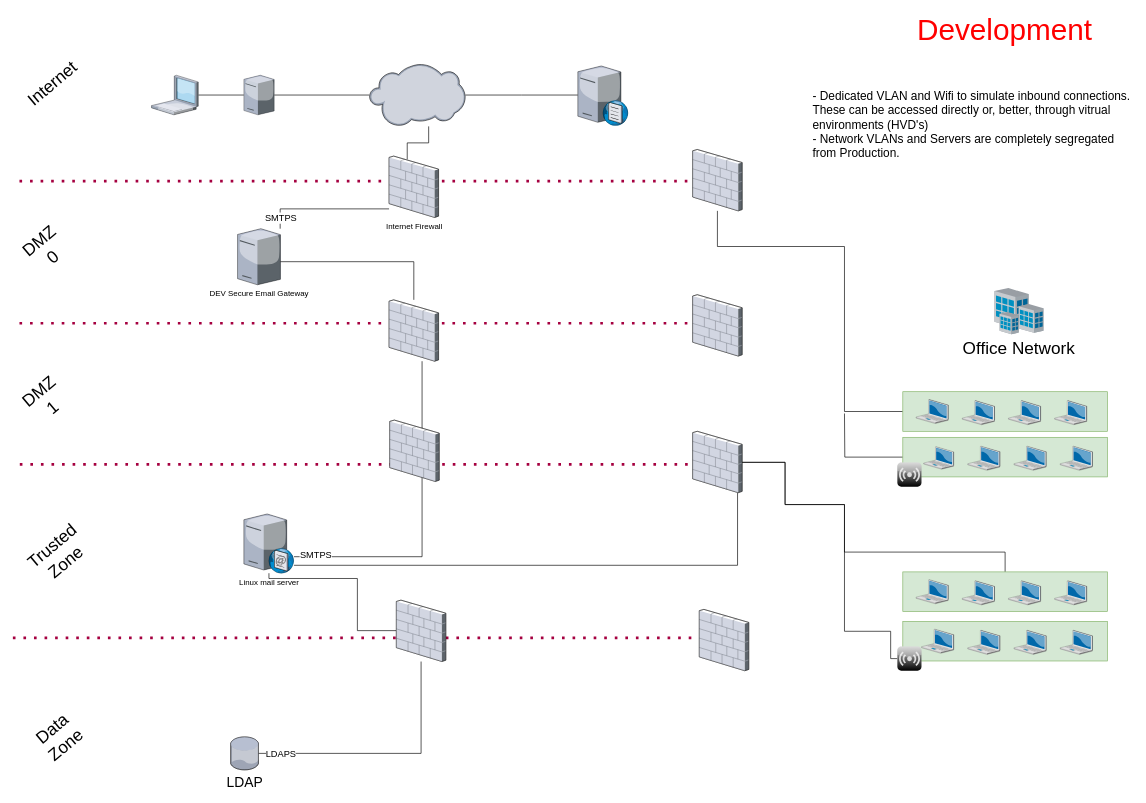
The draw.io diagram page "high level (DEV)" (3 of 4) of Untitled Diagram.drawio in dachachacha/dotfiles, before the edit. Source tidied: cells renumbered, new cells numbered last; positions are measured from the earlier drawing's top-left corner, leaving out a move shared by most shapes. Both pictures are drawn from the tidied source at 66%, with x=0, y=0 at pixel (13, 17).
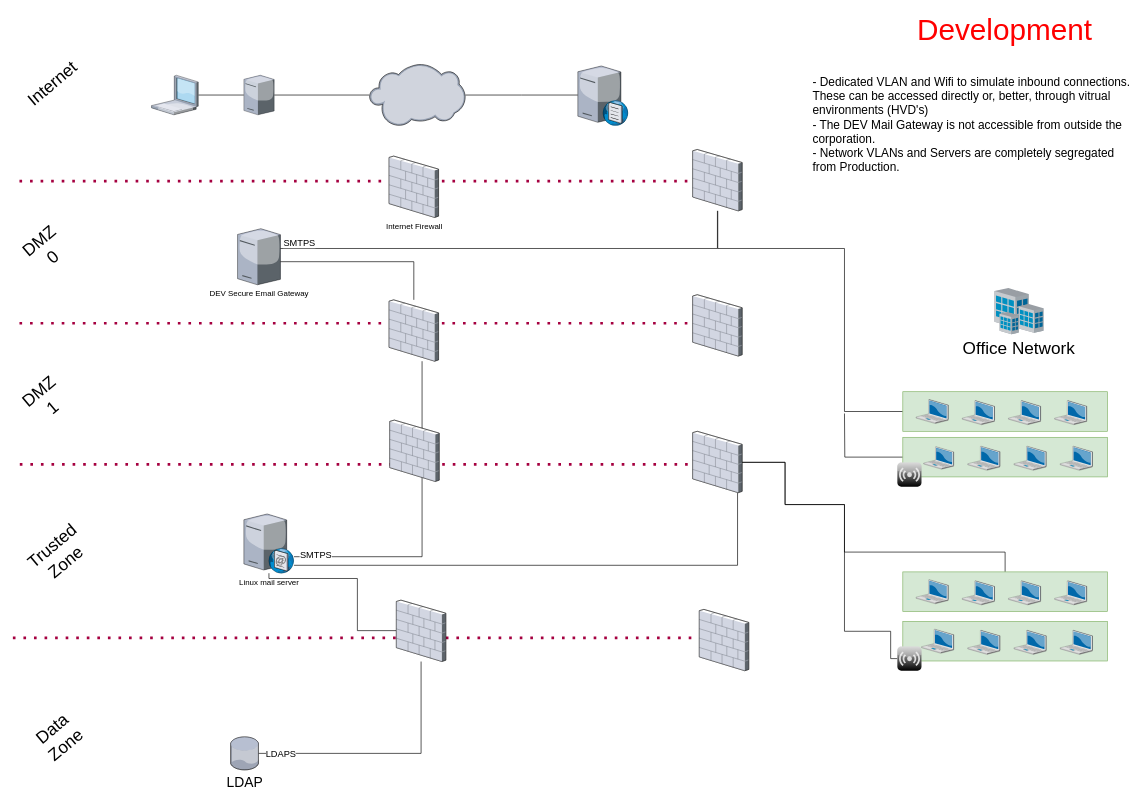
The same page after the edit.

The change refers to these unchanged cells:
```xml
<mxCell id="8" style="verticalLabelPosition=bottom;sketch=0;html=1;verticalAlign=top;strokeColor=none;align=center;outlineConnect=0;shape=mxgraph.citrix.cloud;" parent="1" vertex="1">
  <mxGeometry x="540" y="70" width="145.6" height="95" as="geometry" />
</mxCell>
<mxCell id="12" value="DEV Secure Email Gateway" style="verticalLabelPosition=bottom;sketch=0;html=1;verticalAlign=top;strokeColor=none;align=center;outlineConnect=0;shape=mxgraph.citrix.license_server;" parent="1" vertex="1">
  <mxGeometry x="340.4" y="320" width="65" height="85" as="geometry" />
</mxCell>
<mxCell id="36" value="Internet Firewall" style="verticalLabelPosition=bottom;sketch=0;html=1;verticalAlign=top;strokeColor=none;align=center;outlineConnect=0;shape=mxgraph.citrix.firewall;" parent="1" vertex="1">
  <mxGeometry x="570" y="210" width="75" height="93" as="geometry" />
</mxCell>
<mxCell id="59" style="rounded=0;whiteSpace=wrap;html=1;fontSize=26;align=left;fillColor=#d5e8d4;strokeColor=#82b366;" parent="1" vertex="1">
  <mxGeometry x="1348.4" y="567" width="310" height="60" as="geometry" />
</mxCell>
<mxCell id="64" style="verticalLabelPosition=bottom;sketch=0;html=1;verticalAlign=top;strokeColor=none;align=center;outlineConnect=0;shape=mxgraph.citrix.firewall;fontSize=26;" parent="1" vertex="1">
  <mxGeometry x="1030" y="200" width="75" height="93" as="geometry" />
</mxCell>
```

The edit, as a diff of the source:
```diff
@@
-    <mxCell id="7" style="edgeStyle=orthogonalEdgeStyle;rounded=0;jettySize=auto;html=1;endArrow=none;endFill=0;" parent="1" edge="1" source="8">
-      <mxGeometry relative="1" as="geometry">
-        <mxPoint x="597.5" y="215" as="targetPoint" />
-        <Array as="points">
-          <mxPoint x="630" y="190" />
-          <mxPoint x="598" y="190" />
-        </Array>
-      </mxGeometry>
-    </mxCell>
@@
-    <mxCell id="34" style="edgeStyle=orthogonalEdgeStyle;rounded=0;jettySize=auto;html=1;fontSize=12;endArrow=none;endFill=0;strokeWidth=1;" parent="1" edge="1" source="36" target="12">
+    <mxCell id="34" style="edgeStyle=orthogonalEdgeStyle;rounded=0;jettySize=auto;html=1;fontSize=12;endArrow=none;endFill=0;strokeWidth=1;" parent="1" edge="1" source="64" target="12">
       <mxGeometry relative="1" as="geometry">
         <Array as="points">
-          <mxPoint x="405" y="290" />
+          <mxPoint x="1068" y="350" />
         </Array>
       </mxGeometry>
     </mxCell>
     <mxCell id="35" value="SMTPS" style="edgeLabel;html=1;align=center;verticalAlign=middle;fontSize=14;fontColor=#000000;" parent="34" vertex="1">
       <mxGeometry x="0.29" relative="1" as="geometry">
-        <mxPoint x="-39" y="13" as="offset" />
+        <mxPoint x="-227" y="-10" as="offset" />
       </mxGeometry>
     </mxCell>
@@
     <mxCell id="58" style="edgeStyle=orthogonalEdgeStyle;rounded=0;jettySize=auto;html=1;fontSize=45;fontColor=#FF0000;endArrow=none;endFill=0;strokeWidth=1;" parent="1" edge="1" source="59" target="64">
       <mxGeometry relative="1" as="geometry">
         <Array as="points">
           <mxPoint x="1260" y="597" />
-          <mxPoint x="1260" y="347" />
+          <mxPoint x="1260" y="350" />
+          <mxPoint x="1068" y="350" />
         </Array>
       </mxGeometry>
     </mxCell>
@@
-    <mxCell id="65" value="&lt;font style=&quot;font-size: 18px;&quot;&gt;- Dedicated VLAN and Wifi to simulate inbound connections. These can be accessed directly or, better, through vitrual environments (HVD's)&lt;br&gt;- Network VLANs and Servers are completely segregated from Production.&amp;nbsp;&lt;br&gt;&lt;/font&gt;" style="text;html=1;strokeColor=none;fillColor=none;align=left;verticalAlign=middle;whiteSpace=wrap;rounded=0;fontSize=12;rotation=0;" parent="1" vertex="1">
+    <mxCell id="65" value="&lt;font style=&quot;font-size: 18px;&quot;&gt;- Dedicated VLAN and Wifi to simulate inbound connections. These can be accessed directly or, better, through vitrual environments (HVD's)&lt;br&gt;- The DEV Mail Gateway is not accessible from outside the corporation.&lt;br&gt;- Network VLANs and Servers are completely segregated from Production.&amp;nbsp;&lt;br&gt;&lt;/font&gt;" style="text;html=1;strokeColor=none;fillColor=none;align=left;verticalAlign=middle;whiteSpace=wrap;rounded=0;fontSize=12;rotation=0;" parent="1" vertex="1">
       <mxGeometry x="1210" y="147.5" width="490" height="30" as="geometry" />
     </mxCell>
```
